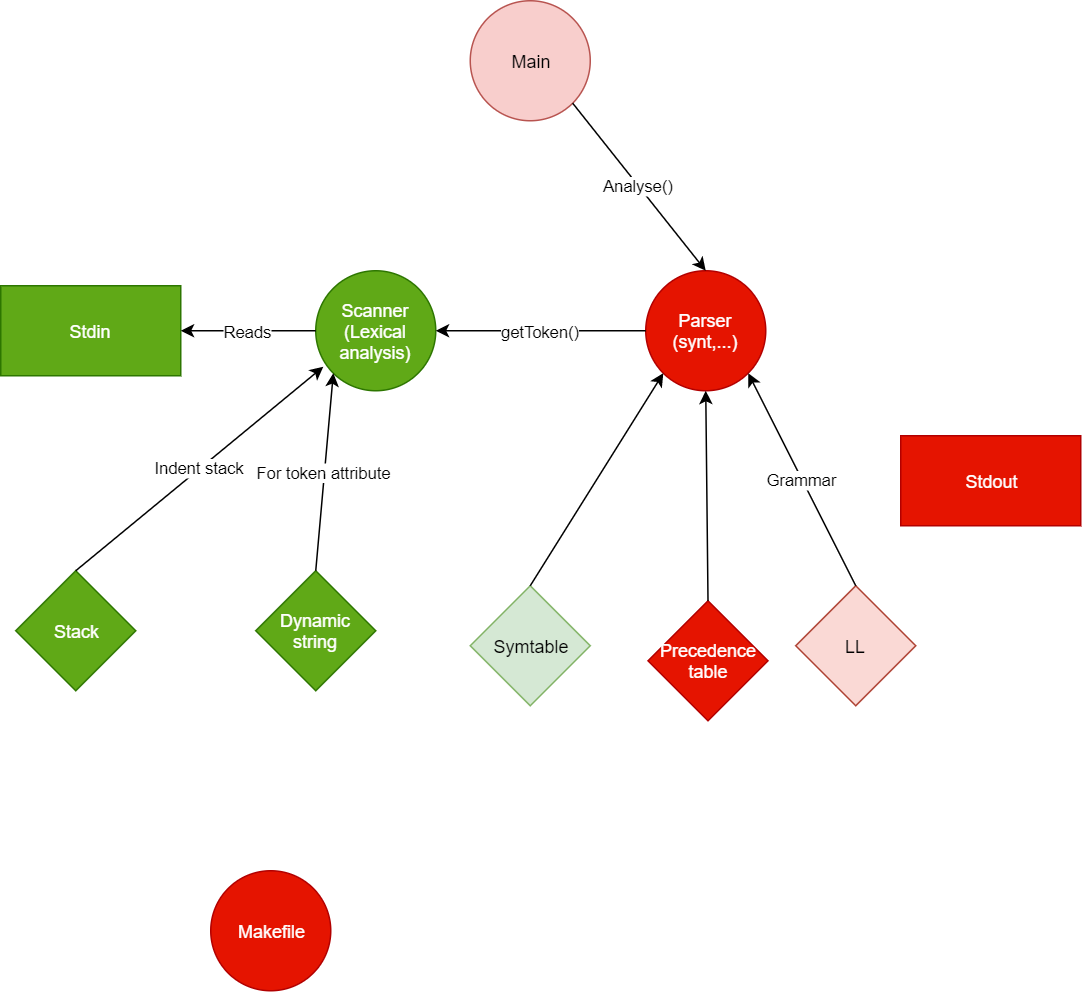
This is Map.PNG from Jetlebovec/IFJ_2019_JJJJ, a draw.io export, as it was before one commit. Source tidied: cells renumbered, new cells last; positions are measured from the earlier drawing's top-left corner, leaving out a move shared by most shapes.
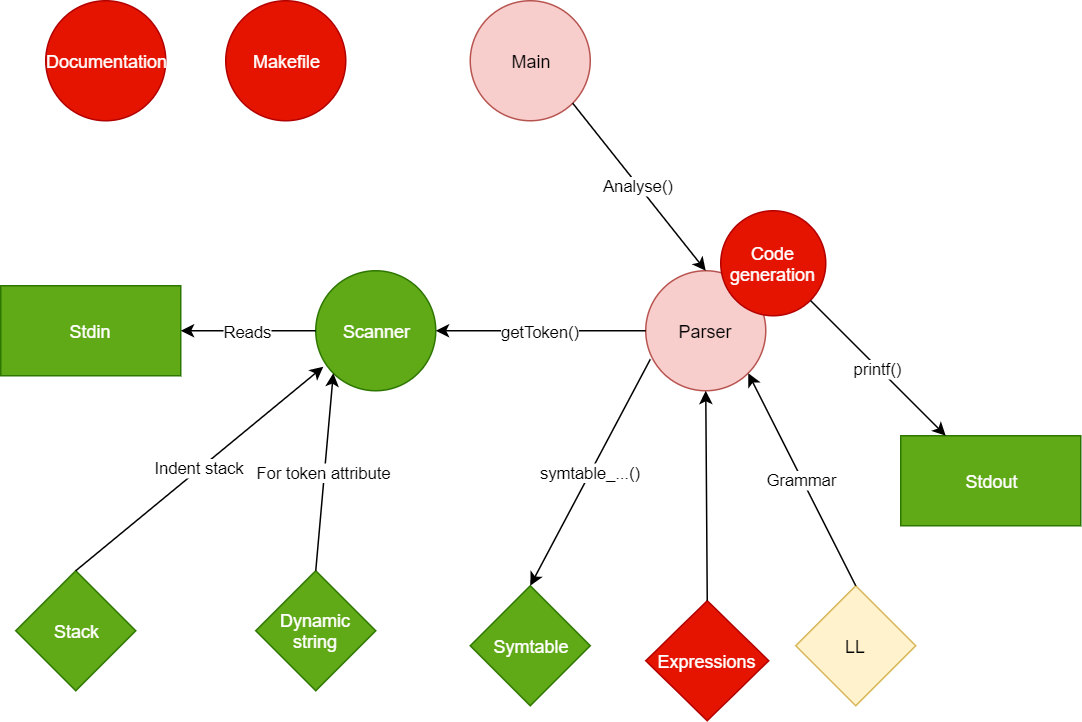
The same diagram one commit later.

Change to the diagram source:
```diff
@@ -5,10 +5,10 @@
     <mxCell id="2" value="Main" style="ellipse;whiteSpace=wrap;html=1;fillColor=#f8cecc;strokeColor=#b85450;" parent="1" vertex="1">
       <mxGeometry x="313" width="80" height="80" as="geometry" />
     </mxCell>
-    <mxCell id="3" value="Scanner&lt;br&gt;(Lexical analysis)" style="ellipse;whiteSpace=wrap;html=1;fillColor=#60a917;strokeColor=#2D7600;fontColor=#ffffff;" parent="1" vertex="1">
+    <mxCell id="3" value="Scanner" style="ellipse;whiteSpace=wrap;html=1;fillColor=#60a917;strokeColor=#2D7600;fontColor=#ffffff;" parent="1" vertex="1">
       <mxGeometry x="210" y="180" width="80" height="80" as="geometry" />
     </mxCell>
-    <mxCell id="4" value="Parser&lt;br&gt;(synt,...)" style="ellipse;whiteSpace=wrap;html=1;fillColor=#e51400;strokeColor=#B20000;fontColor=#ffffff;" parent="1" vertex="1">
+    <mxCell id="4" value="Parser" style="ellipse;whiteSpace=wrap;html=1;fillColor=#f8cecc;strokeColor=#b85450;" parent="1" vertex="1">
       <mxGeometry x="430" y="180" width="80" height="80" as="geometry" />
     </mxCell>
     <mxCell id="5" value="Stdin" style="rounded=0;whiteSpace=wrap;html=1;fillColor=#60a917;strokeColor=#2D7600;fontColor=#ffffff;" parent="1" vertex="1">
@@ -29,7 +29,7 @@
     <mxCell id="10" value="For token attribute" style="endArrow=classic;html=1;entryX=0;entryY=1;entryDx=0;entryDy=0;exitX=0.5;exitY=0;exitDx=0;exitDy=0;" parent="1" edge="1" source="9" target="3">
       <mxGeometry relative="1" as="geometry" />
     </mxCell>
-    <mxCell id="11" value="Symtable" style="rhombus;whiteSpace=wrap;html=1;fillColor=#d5e8d4;strokeColor=#82b366;" parent="1" vertex="1">
+    <mxCell id="11" value="Symtable" style="rhombus;whiteSpace=wrap;html=1;fillColor=#60a917;strokeColor=#2D7600;fontColor=#ffffff;" parent="1" vertex="1">
       <mxGeometry x="313" y="390" width="80" height="80" as="geometry" />
     </mxCell>
     <mxCell id="12" value="Stack" style="rhombus;whiteSpace=wrap;html=1;fillColor=#60a917;strokeColor=#2D7600;fontColor=#ffffff;" parent="1" vertex="1">
@@ -39,25 +39,34 @@
       <mxGeometry relative="1" as="geometry" />
     </mxCell>
     <mxCell id="14" value="Makefile" style="ellipse;whiteSpace=wrap;html=1;fillColor=#e51400;strokeColor=#B20000;fontColor=#ffffff;" parent="1" vertex="1">
-      <mxGeometry x="140" y="580" width="80" height="80" as="geometry" />
+      <mxGeometry x="150" width="80" height="80" as="geometry" />
     </mxCell>
-    <mxCell id="15" value="Precedence table" style="rhombus;whiteSpace=wrap;html=1;fillColor=#e51400;strokeColor=#B20000;fontColor=#ffffff;" parent="1" vertex="1">
-      <mxGeometry x="431.5" y="400" width="80" height="80" as="geometry" />
+    <mxCell id="15" value="Expressions" style="rhombus;whiteSpace=wrap;html=1;fillColor=#e51400;strokeColor=#B20000;fontColor=#ffffff;" parent="1" vertex="1">
+      <mxGeometry x="430" y="400" width="82" height="80" as="geometry" />
     </mxCell>
-    <mxCell id="16" value="Stdout" style="rounded=0;whiteSpace=wrap;html=1;fillColor=#e51400;strokeColor=#B20000;fontColor=#ffffff;" parent="1" vertex="1">
+    <mxCell id="16" value="Stdout" style="rounded=0;whiteSpace=wrap;html=1;fillColor=#60a917;strokeColor=#2D7600;fontColor=#ffffff;" parent="1" vertex="1">
       <mxGeometry x="600" y="290" width="120" height="60" as="geometry" />
     </mxCell>
-    <mxCell id="17" value="LL" style="rhombus;whiteSpace=wrap;html=1;fillColor=#fad9d5;strokeColor=#ae4132;" parent="1" vertex="1">
+    <mxCell id="17" value="LL" style="rhombus;whiteSpace=wrap;html=1;fillColor=#fff2cc;strokeColor=#d6b656;" parent="1" vertex="1">
       <mxGeometry x="530" y="390" width="80" height="80" as="geometry" />
     </mxCell>
     <mxCell id="18" value="Grammar" style="endArrow=classic;html=1;entryX=1;entryY=1;entryDx=0;entryDy=0;exitX=0.5;exitY=0;exitDx=0;exitDy=0;" parent="1" edge="1" source="17" target="4">
       <mxGeometry relative="1" as="geometry" />
     </mxCell>
-    <mxCell id="19" style="endArrow=classic;html=1;entryX=0;entryY=1;entryDx=0;entryDy=0;exitX=0.5;exitY=0;exitDx=0;exitDy=0;" parent="1" edge="1" source="11" target="4">
+    <mxCell id="19" value="symtable_...()" style="endArrow=classic;html=1;entryX=0.5;entryY=0;entryDx=0;entryDy=0;exitX=0.038;exitY=0.738;exitDx=0;exitDy=0;exitPerimeter=0;" parent="1" edge="1" source="4" target="11">
       <mxGeometry relative="1" as="geometry" />
     </mxCell>
     <mxCell id="20" style="endArrow=classic;html=1;entryX=0.5;entryY=1;entryDx=0;entryDy=0;exitX=0.5;exitY=0;exitDx=0;exitDy=0;" parent="1" edge="1" source="15" target="4">
       <mxGeometry relative="1" as="geometry" />
     </mxCell>
+    <mxCell id="21" value="Code generation" style="ellipse;whiteSpace=wrap;html=1;fillColor=#e51400;strokeColor=#B20000;fontColor=#ffffff;" parent="1" vertex="1">
+      <mxGeometry x="480" y="140" width="70" height="70" as="geometry" />
+    </mxCell>
+    <mxCell id="22" value="printf()" style="endArrow=classic;html=1;entryX=0.25;entryY=0;entryDx=0;entryDy=0;" parent="1" edge="1" source="21" target="16">
+      <mxGeometry relative="1" as="geometry" />
+    </mxCell>
+    <mxCell id="23" value="Documentation" style="ellipse;whiteSpace=wrap;html=1;fillColor=#e51400;strokeColor=#B20000;fontColor=#ffffff;" parent="1" vertex="1">
+      <mxGeometry x="30" width="80" height="80" as="geometry" />
+    </mxCell>
   </root>
 </mxGraphModel>
```
